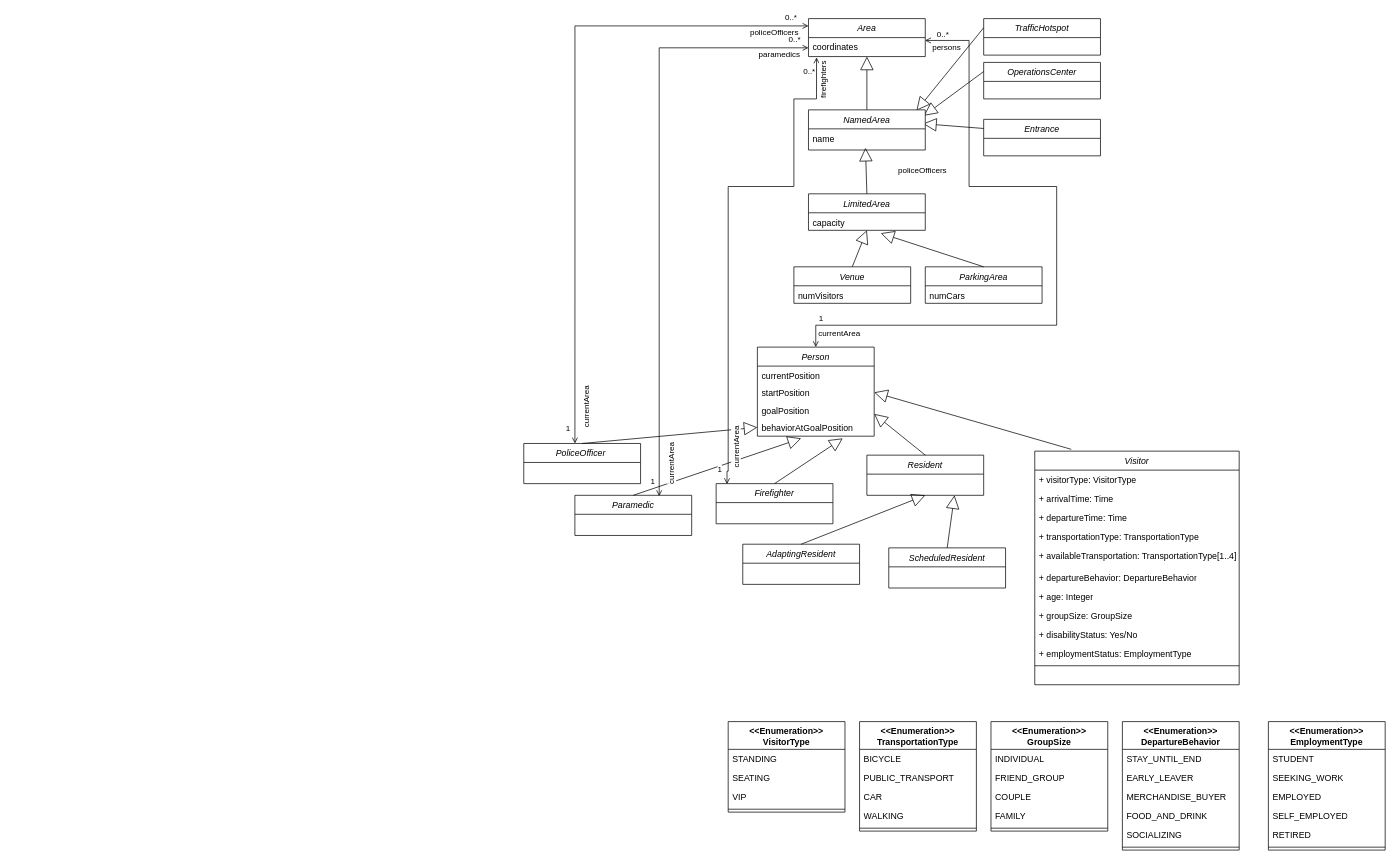
The draw.io diagram SOHBigEventBox/docs/conceptual_diagram.drawio in MARS-Group-HAW/model-soh, before the edit. Source tidied: cells renumbered, new cells numbered last; positions are measured from the earlier drawing's top-left corner, leaving out a move shared by most shapes. Both pictures are drawn from the tidied source at 73%, with x=0, y=0 at pixel (523, 18).
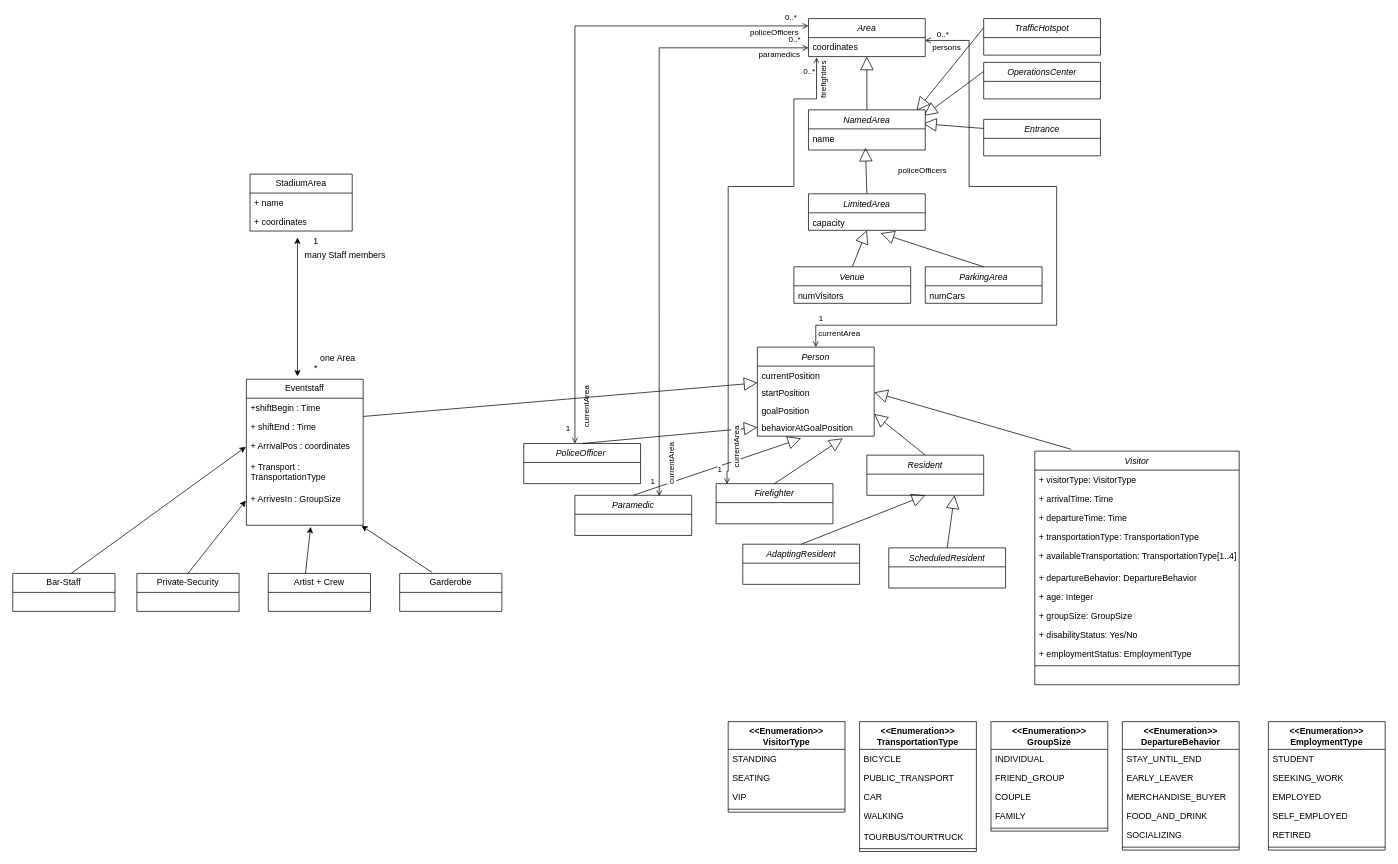
After the change.

What changed in the source:
```diff
@@
     <mxCell id="78" value="&amp;lt;&amp;lt;Enumeration&amp;gt;&amp;gt;&lt;br&gt;TransportationType" style="swimlane;fontStyle=1;align=center;verticalAlign=top;horizontal=1;startSize=38;whiteSpace=wrap;html=1;" parent="1" vertex="1">
-      <mxGeometry x="460" y="963" width="160" height="150" as="geometry" />
+      <mxGeometry x="460" y="963" width="160" height="178" as="geometry" />
     </mxCell>
@@
-    <mxCell id="82" value="WALKING" style="text;strokeColor=none;fillColor=none;align=left;verticalAlign=top;spacingLeft=4;spacingRight=4;overflow=hidden;whiteSpace=wrap;html=1;" parent="78" vertex="1">
-      <mxGeometry y="116" width="160" height="26" as="geometry" />
+    <mxCell id="82" value="WALKING&lt;div&gt;&lt;br&gt;&lt;/div&gt;&lt;div&gt;TOURBUS/TOURTRUCK&lt;br&gt;&lt;div&gt;&lt;br&gt;&lt;/div&gt;&lt;/div&gt;" style="text;strokeColor=none;fillColor=none;align=left;verticalAlign=top;spacingLeft=4;spacingRight=4;overflow=hidden;whiteSpace=wrap;html=1;" parent="78" vertex="1">
+      <mxGeometry y="116" width="160" height="54" as="geometry" />
     </mxCell>
     <mxCell id="83" style="line;strokeWidth=1;fillColor=none;align=left;verticalAlign=middle;spacingTop=-1;spacingLeft=3;spacingRight=3;labelPosition=right;strokeColor=inherit;" parent="78" vertex="1">
-      <mxGeometry y="142" width="160" height="8" as="geometry" />
+      <mxGeometry y="170" width="160" height="8" as="geometry" />
     </mxCell>
@@
+    <mxCell id="104" value="Bar-Staff" style="swimlane;fontStyle=0;horizontal=1;startSize=26;fillColor=none;whiteSpace=wrap;html=1;" parent="1" vertex="1">
+      <mxGeometry x="-700" y="760" width="140" height="52" as="geometry" />
+    </mxCell>
+    <mxCell id="105" value="Eventstaff" style="swimlane;fontStyle=0;horizontal=1;startSize=26;fillColor=none;whiteSpace=wrap;html=1;" parent="1" vertex="1">
+      <mxGeometry x="-380" y="494" width="160" height="200" as="geometry" />
+    </mxCell>
+    <mxCell id="106" value="+shiftBegin : Time&lt;div&gt;&lt;br&gt;&lt;div&gt;&lt;br&gt;&lt;/div&gt;&lt;div&gt;&lt;br&gt;&lt;/div&gt;&lt;div&gt;&lt;br&gt;&lt;/div&gt;&lt;div&gt;&lt;span style=&quot;white-space: pre;&quot;&gt;&#9;&lt;/span&gt;&lt;/div&gt;&lt;div&gt;&lt;br&gt;&lt;div&gt;&lt;br&gt;&lt;/div&gt;&lt;/div&gt;&lt;/div&gt;" style="text;strokeColor=none;fillColor=none;align=left;verticalAlign=top;spacingLeft=4;spacingRight=4;overflow=hidden;whiteSpace=wrap;html=1;" parent="105" vertex="1">
+      <mxGeometry y="26" width="160" height="26" as="geometry" />
+    </mxCell>
+    <mxCell id="107" value="+ shiftEnd : Time" style="text;strokeColor=none;fillColor=none;align=left;verticalAlign=top;spacingLeft=4;spacingRight=4;overflow=hidden;whiteSpace=wrap;html=1;" parent="105" vertex="1">
+      <mxGeometry y="52" width="160" height="26" as="geometry" />
+    </mxCell>
+    <mxCell id="108" value="+ ArrivalPos : coordinates&lt;div&gt;&lt;br&gt;&lt;/div&gt;&lt;div&gt;+ Transport : TransportationType&lt;/div&gt;&lt;div&gt;&lt;br&gt;&lt;/div&gt;&lt;div&gt;+ ArrivesIn : GroupSize&lt;/div&gt;&lt;div&gt;&lt;br&gt;&lt;/div&gt;&lt;div&gt;&lt;br&gt;&lt;div&gt;&lt;br&gt;&lt;/div&gt;&lt;/div&gt;" style="text;strokeColor=none;fillColor=none;align=left;verticalAlign=top;spacingLeft=4;spacingRight=4;overflow=hidden;points=[[0,0.5],[1,0.5]];portConstraint=eastwest;whiteSpace=wrap;html=1;" parent="105" vertex="1">
+      <mxGeometry y="78" width="160" height="122" as="geometry" />
+    </mxCell>
+    <mxCell id="109" style="endArrow=classic;html=1;rounded=0;entryX=0.55;entryY=1.018;entryDx=0;entryDy=0;entryPerimeter=0;" parent="105" edge="1" target="108">
+      <mxGeometry relative="1" as="geometry">
+        <mxPoint x="81" y="266" as="sourcePoint" />
+      </mxGeometry>
+    </mxCell>
+    <mxCell id="110" style="endArrow=block;endSize=16;endFill=0;html=1;rounded=0;" parent="1" edge="1">
+      <mxGeometry relative="1" as="geometry">
+        <mxPoint x="-220" y="545" as="sourcePoint" />
+        <mxPoint x="320" y="499" as="targetPoint" />
+      </mxGeometry>
+    </mxCell>
+    <mxCell id="111" value="Private-Security" style="swimlane;fontStyle=0;horizontal=1;startSize=26;fillColor=none;whiteSpace=wrap;html=1;" parent="1" vertex="1">
+      <mxGeometry x="-530" y="760" width="140" height="52" as="geometry" />
+    </mxCell>
+    <mxCell id="112" value="Artist + Crew" style="swimlane;fontStyle=0;horizontal=1;startSize=26;fillColor=none;whiteSpace=wrap;html=1;" parent="1" vertex="1">
+      <mxGeometry x="-350" y="760" width="140" height="52" as="geometry" />
+    </mxCell>
+    <mxCell id="113" value="Garderobe" style="swimlane;fontStyle=0;horizontal=1;startSize=26;fillColor=none;whiteSpace=wrap;html=1;" parent="1" vertex="1">
+      <mxGeometry x="-170" y="760" width="140" height="52" as="geometry" />
+    </mxCell>
+    <mxCell id="114" style="endArrow=classic;html=1;rounded=0;entryX=-0.005;entryY=0.12;entryDx=0;entryDy=0;entryPerimeter=0;" parent="1" edge="1" target="108">
+      <mxGeometry relative="1" as="geometry">
+        <mxPoint x="-620" y="760" as="sourcePoint" />
+      </mxGeometry>
+    </mxCell>
+    <mxCell id="115" style="endArrow=classic;html=1;rounded=0;entryX=-0.005;entryY=0.723;entryDx=0;entryDy=0;entryPerimeter=0;" parent="1" edge="1" target="108">
+      <mxGeometry relative="1" as="geometry">
+        <mxPoint x="-460" y="760" as="sourcePoint" />
+      </mxGeometry>
+    </mxCell>
+    <mxCell id="116" style="endArrow=classic;html=1;rounded=0;entryX=0.985;entryY=1.005;entryDx=0;entryDy=0;entryPerimeter=0;exitX=0.147;exitY=0.87;exitDx=0;exitDy=0;exitPerimeter=0;" parent="1" edge="1" target="108">
+      <mxGeometry relative="1" as="geometry">
+        <mxPoint x="-125.6" y="758.6" as="sourcePoint" />
+      </mxGeometry>
+    </mxCell>
+    <mxCell id="117" value="StadiumArea" style="swimlane;fontStyle=0;horizontal=1;startSize=26;fillColor=none;whiteSpace=wrap;html=1;" parent="1" vertex="1">
+      <mxGeometry x="-375" y="213" width="140" height="78" as="geometry" />
+    </mxCell>
+    <mxCell id="118" value="+ name" style="text;strokeColor=none;fillColor=none;align=left;verticalAlign=top;spacingLeft=4;spacingRight=4;overflow=hidden;whiteSpace=wrap;html=1;" parent="117" vertex="1">
+      <mxGeometry y="26" width="140" height="26" as="geometry" />
+    </mxCell>
+    <mxCell id="119" value="+ coordinates" style="text;strokeColor=none;fillColor=none;align=left;verticalAlign=top;spacingLeft=4;spacingRight=4;overflow=hidden;whiteSpace=wrap;html=1;" parent="117" vertex="1">
+      <mxGeometry y="52" width="140" height="26" as="geometry" />
+    </mxCell>
+    <mxCell id="120" style="endArrow=classic;startArrow=classic;html=1;rounded=0;" parent="1" edge="1">
+      <mxGeometry relative="1" as="geometry">
+        <mxPoint x="-310" y="490" as="sourcePoint" />
+        <mxPoint x="-310" y="300" as="targetPoint" />
+      </mxGeometry>
+    </mxCell>
+    <mxCell id="121" value="*" style="text;html=1;align=center;verticalAlign=middle;strokeColor=none;fillColor=none;" parent="1" vertex="1">
+      <mxGeometry x="-300" y="464" width="30" height="30" as="geometry" />
+    </mxCell>
+    <mxCell id="122" value="1" style="text;html=1;align=center;verticalAlign=middle;strokeColor=none;fillColor=none;" parent="1" vertex="1">
+      <mxGeometry x="-300" y="290" width="30" height="30" as="geometry" />
+    </mxCell>
+    <mxCell id="123" value="many Staff members" style="text;html=1;align=center;verticalAlign=middle;strokeColor=none;fillColor=none;" parent="1" vertex="1">
+      <mxGeometry x="-310" y="310" width="130" height="30" as="geometry" />
+    </mxCell>
+    <mxCell id="124" value="one Area" style="text;html=1;align=center;verticalAlign=middle;strokeColor=none;fillColor=none;" parent="1" vertex="1">
+      <mxGeometry x="-290" y="450" width="70" height="30" as="geometry" />
+    </mxCell>
```
